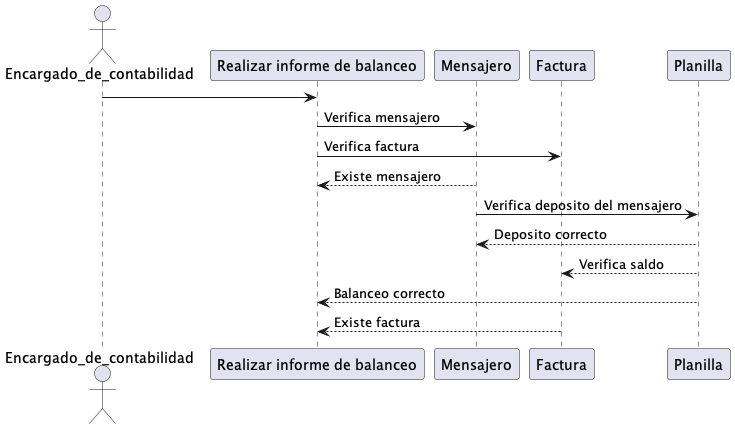
Earlier version of the PlantUML export Caso Balanceo/out/Diagrama de secuencia/8. Elaborar informe de balanceo/8. Elaborar informe de balanceo.png (ricardoasinr/Sistemas-de-la-informacion).
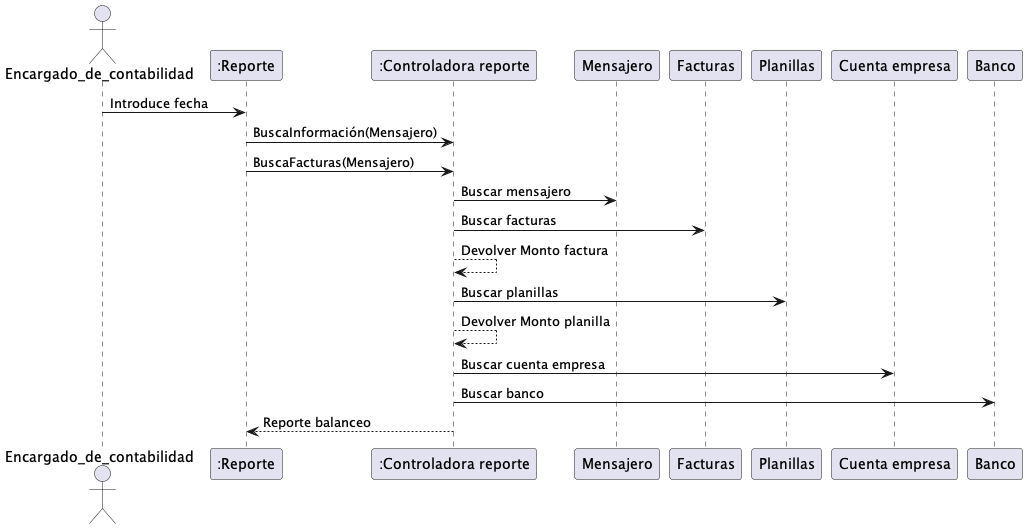
The same file after the commit.

Diff of the diagram source:
```diff
@@ -3,20 +3,23 @@
 actor Encargado_de_contabilidad
 
 
-Encargado_de_contabilidad -> "Realizar informe de balanceo"
+Encargado_de_contabilidad -> ":Reporte" : Introduce fecha
 
 
-"Realizar informe de balanceo" -> "Mensajero": Verifica mensajero
-"Realizar informe de balanceo" -> "Factura": Verifica factura
+":Reporte" -> ":Controladora reporte": BuscaInformación(Mensajero)
+":Reporte" -> ":Controladora reporte": BuscaFacturas(Mensajero)
+
+":Controladora reporte" -> "Mensajero": Buscar mensajero
+":Controladora reporte" -> "Facturas": Buscar facturas
+":Controladora reporte" --> ":Controladora reporte": Devolver Monto factura
+
+":Controladora reporte" -> "Planillas": Buscar planillas
+":Controladora reporte" --> ":Controladora reporte": Devolver Monto planilla
+
+":Controladora reporte"-> "Cuenta empresa" : Buscar cuenta empresa
+":Controladora reporte" -> "Banco": Buscar banco
+
+":Controladora reporte" --> ":Reporte" : Reporte balanceo
 
 
-"Mensajero"--> "Realizar informe de balanceo" : Existe mensajero
-"Mensajero" -> "Planilla": Verifica deposito del mensajero
-"Planilla" --> "Mensajero": Deposito correcto
-"Planilla" --> "Factura": Verifica saldo
-
-"Planilla"--> "Realizar informe de balanceo" : Balanceo correcto
-
-"Factura"--> "Realizar informe de balanceo" : Existe factura
-
 @enduml
```
